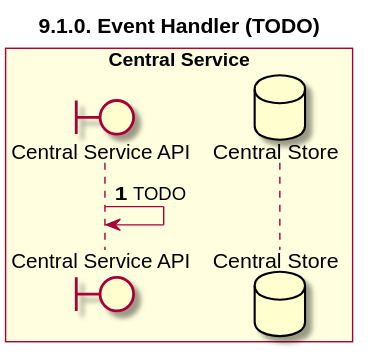
Above: CentralServices/seq_diagrams/seq-event-9.1.0.svg in ggrg/docs (PlantUML), before the change.
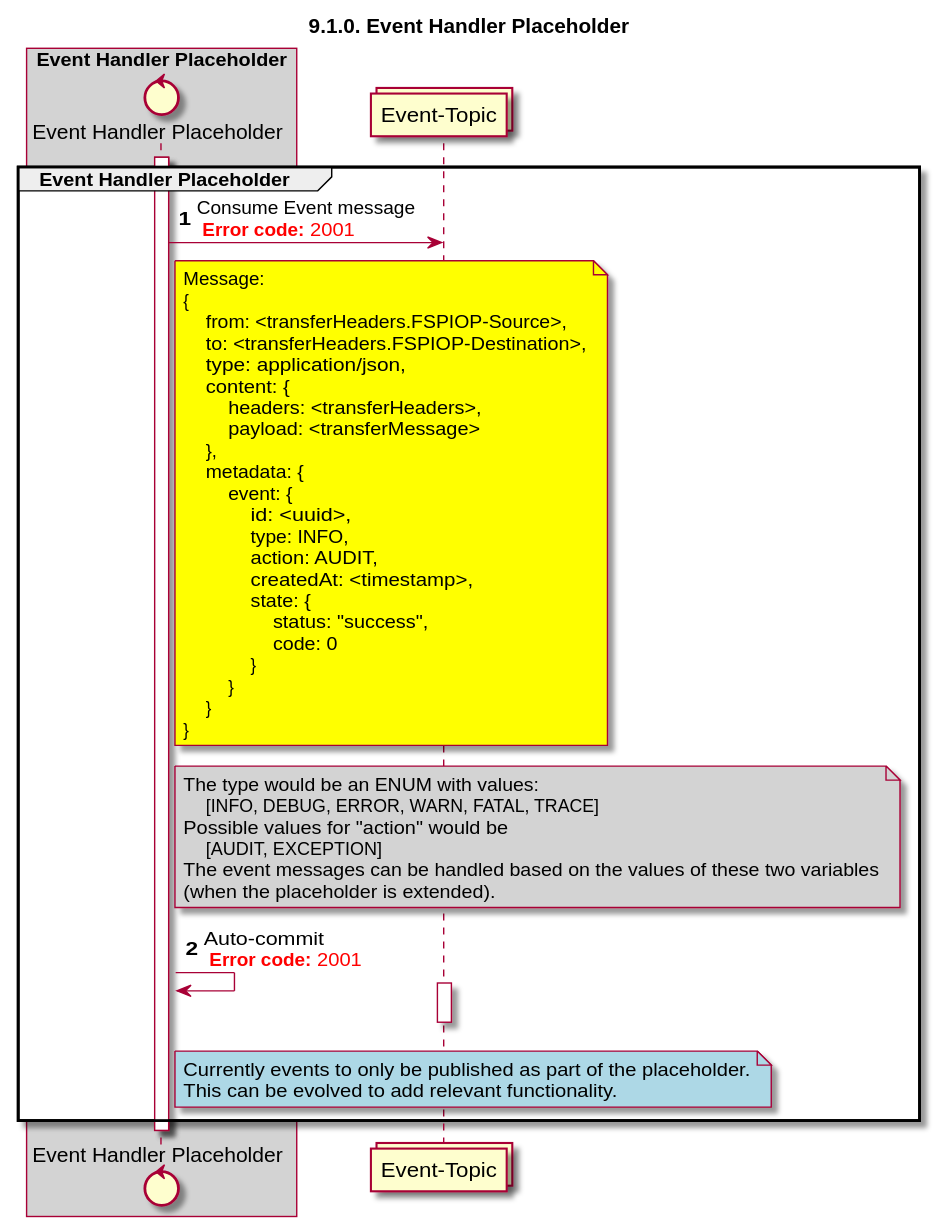
After the change.

Commit message:
Feature/#300 event logging framework placeholder (#50)

The edit, as a diff of the source:
```diff
@@ -1,17 +1,61 @@
 @startuml
-title 9.1.0. Event Handler (TODO)
+title 9.1.0. Event Handler Placeholder
 
 autonumber
 
 
-boundary "Central Service API" as CSAPI
-database "Central Store" as DB
+control "Event Handler Placeholder" as EVENT_HANDLER
 
-box "Central Service" #LightYellow
-    participant CSAPI
-    participant DB
+box "Event Handler Placeholder" #LightGray
+    participant EVENT_HANDLER
 end box
 
-CSAPI -> CSAPI: TODO
+collections "Event-Topic" as TOPIC_EVENTS
+
+activate EVENT_HANDLER
+
+group Event Handler Placeholder
+    EVENT_HANDLER -> TOPIC_EVENTS: Consume Event message \n <color #FF0000><b>Error code:</b> 2001 </color>
+    note right of EVENT_HANDLER #yellow
+        Message:
+        {
+            from: <transferHeaders.FSPIOP-Source>,
+            to: <transferHeaders.FSPIOP-Destination>,
+            type: application/json,
+            content: {
+                headers: <transferHeaders>,
+                payload: <transferMessage>
+            },
+            metadata: {
+                event: {
+                    id: <uuid>,
+                    type: INFO,
+                    action: AUDIT,
+                    createdAt: <timestamp>,
+                    state: {
+                        status: "success",
+                        code: 0
+                    }
+                }
+            }
+        }
+    end note
+    note right of EVENT_HANDLER #LightGray
+        The type would be an ENUM with values:
+            [INFO, DEBUG, ERROR, WARN, FATAL, TRACE]
+        Possible values for "action" would be
+            [AUDIT, EXCEPTION]
+        The event messages can be handled based on the values of these two variables
+        (when the placeholder is extended).
+    end note
+    EVENT_HANDLER -> EVENT_HANDLER: Auto-commit \n <color #FF0000><b>Error code:</b> 2001 </color>
+    note right of EVENT_HANDLER #lightBlue
+                Currently events to only be published as part of the placeholder.
+                This can be evolved to add relevant functionality.
+            end note
+    activate TOPIC_EVENTS
+    deactivate TOPIC_EVENTS
+end
+deactivate EVENT_HANDLER
 
 @enduml
```
